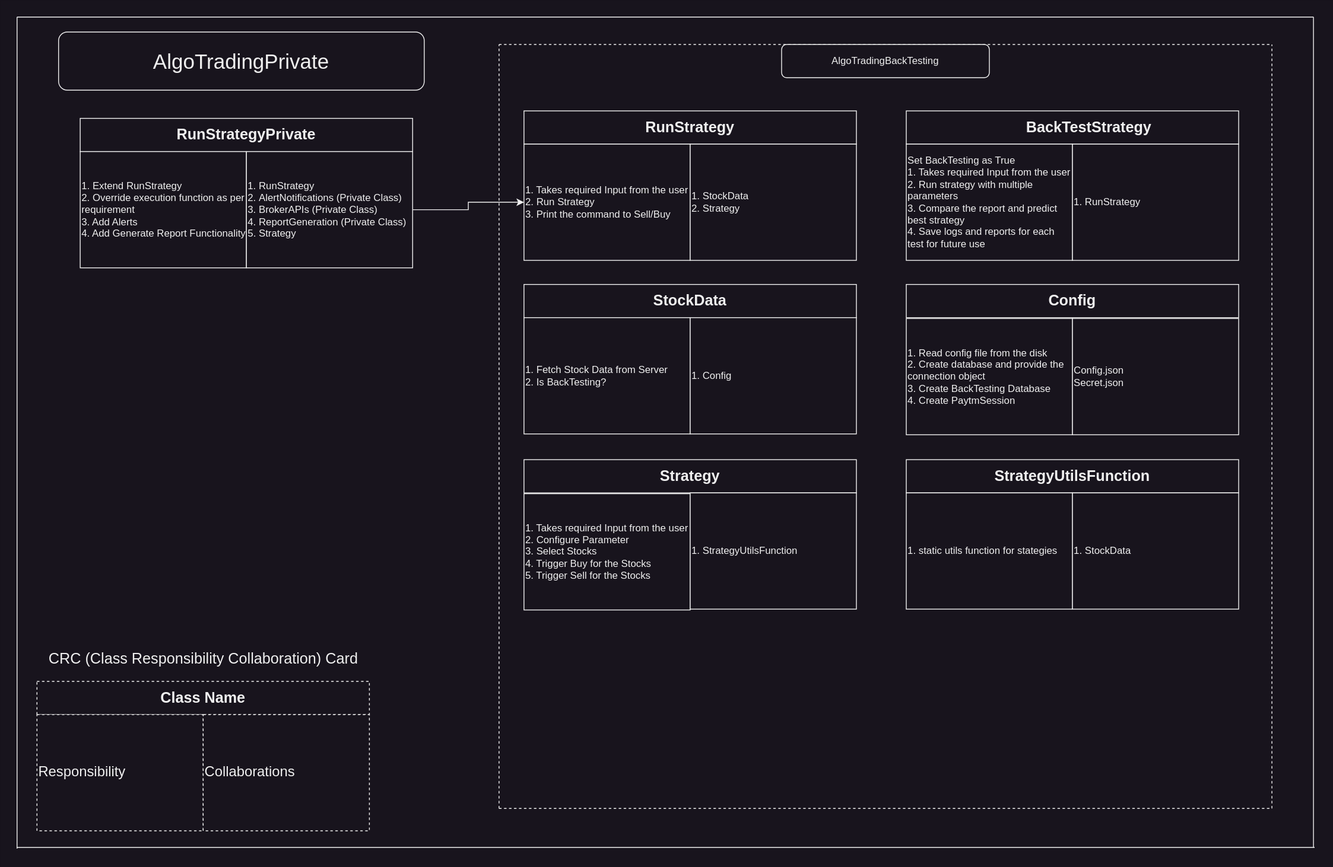
Before: doc/CRCs/OverallArchitectureCRC.svg, a diagram exported from draw.io (aks060/AlgoTradingBackTesting). Source tidied: cells renumbered, new cells last; positions are measured from the earlier drawing's top-left corner, leaving out a move shared by most shapes.
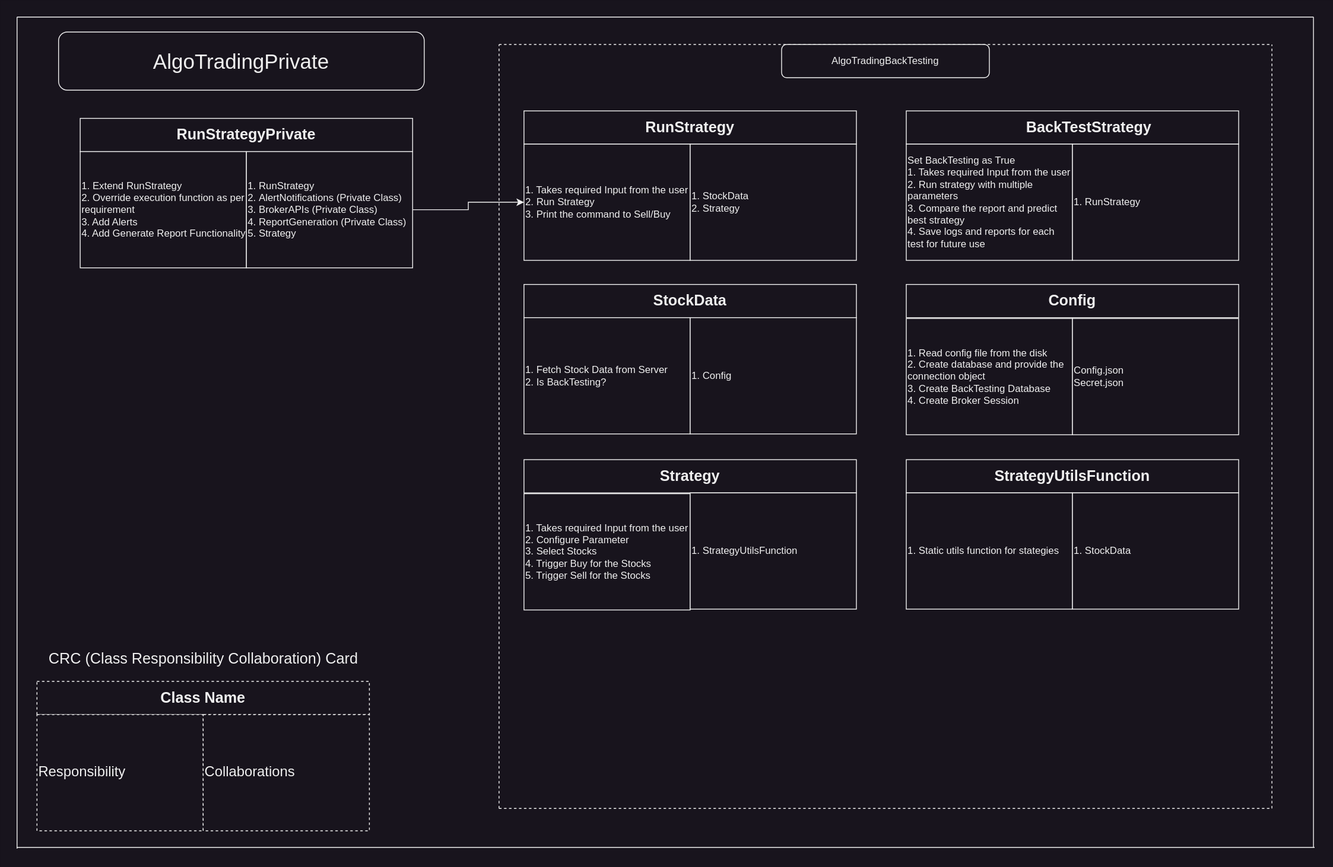
Above is the later version.

Commit message:
Updated diagraim with review comments changes

Change to the diagram source:
```diff
@@ -23,7 +23,7 @@
     <mxCell id="8" value="&lt;h2&gt;StrategyUtilsFunction&lt;/h2&gt;" style="rounded=0;whiteSpace=wrap;html=1;" parent="1" vertex="1">
       <mxGeometry x="1070" y="533" width="400" height="40" as="geometry" />
     </mxCell>
-    <mxCell id="9" value="&lt;div&gt;1. static utils function for stategies&lt;/div&gt;" style="rounded=0;whiteSpace=wrap;html=1;align=left;" parent="1" vertex="1">
+    <mxCell id="9" value="&lt;div&gt;1. Static utils function for stategies&lt;/div&gt;" style="rounded=0;whiteSpace=wrap;html=1;align=left;" parent="1" vertex="1">
       <mxGeometry x="1070" y="573" width="200" height="140" as="geometry" />
     </mxCell>
     <mxCell id="10" value="&lt;div style=&quot;&quot;&gt;1. StockData&lt;/div&gt;" style="rounded=0;whiteSpace=wrap;html=1;align=left;" parent="1" vertex="1">
@@ -32,7 +32,7 @@
     <mxCell id="11" value="&lt;h2&gt;Config&lt;/h2&gt;" style="rounded=0;whiteSpace=wrap;html=1;" parent="1" vertex="1">
       <mxGeometry x="1070" y="322" width="400" height="40" as="geometry" />
     </mxCell>
-    <mxCell id="12" value="&lt;div&gt;1. Read config file from the disk&lt;/div&gt;&lt;div&gt;2. Create database and provide the connection object&lt;/div&gt;&lt;div&gt;3. Create BackTesting Database&lt;/div&gt;&lt;div&gt;4. Create PaytmSession&lt;/div&gt;" style="rounded=0;whiteSpace=wrap;html=1;align=left;" parent="1" vertex="1">
+    <mxCell id="12" value="&lt;div&gt;1. Read config file from the disk&lt;/div&gt;&lt;div&gt;2. Create database and provide the connection object&lt;/div&gt;&lt;div&gt;3. Create BackTesting Database&lt;/div&gt;&lt;div&gt;4. Create Broker Session&lt;/div&gt;" style="rounded=0;whiteSpace=wrap;html=1;align=left;" parent="1" vertex="1">
       <mxGeometry x="1070" y="363" width="200" height="140" as="geometry" />
     </mxCell>
     <mxCell id="13" value="&lt;div style=&quot;&quot;&gt;Config.json&lt;/div&gt;&lt;div style=&quot;&quot;&gt;Secret.json&lt;/div&gt;" style="rounded=0;whiteSpace=wrap;html=1;align=left;" parent="1" vertex="1">
```
